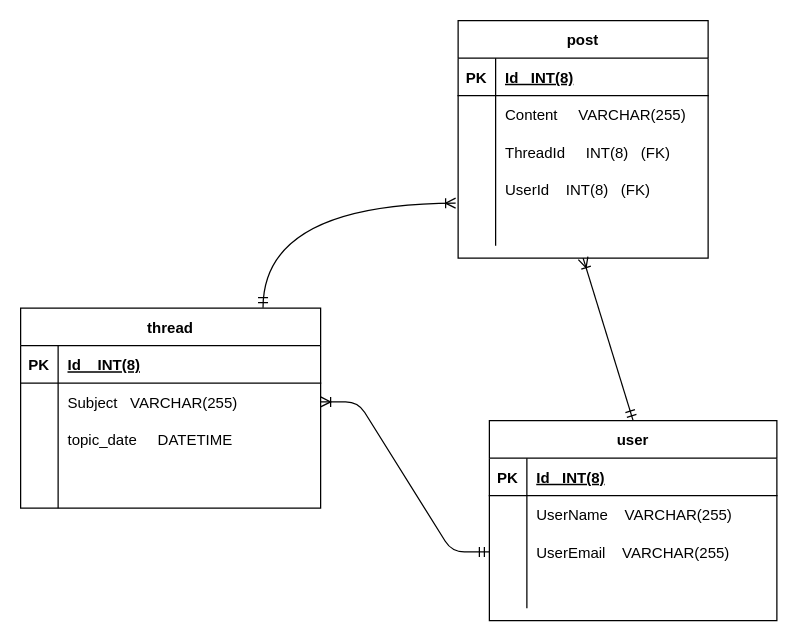
The draw.io diagram RelationalSchema_OnlineForum.drawio in 90rimane/Forum_Simulator, before the edit. Source tidied: cells renumbered, new cells numbered last; positions are measured from the earlier drawing's top-left corner, leaving out a move shared by most shapes. Both pictures are drawn from the tidied source at 125%, with x=0, y=0 at pixel (20, 20).
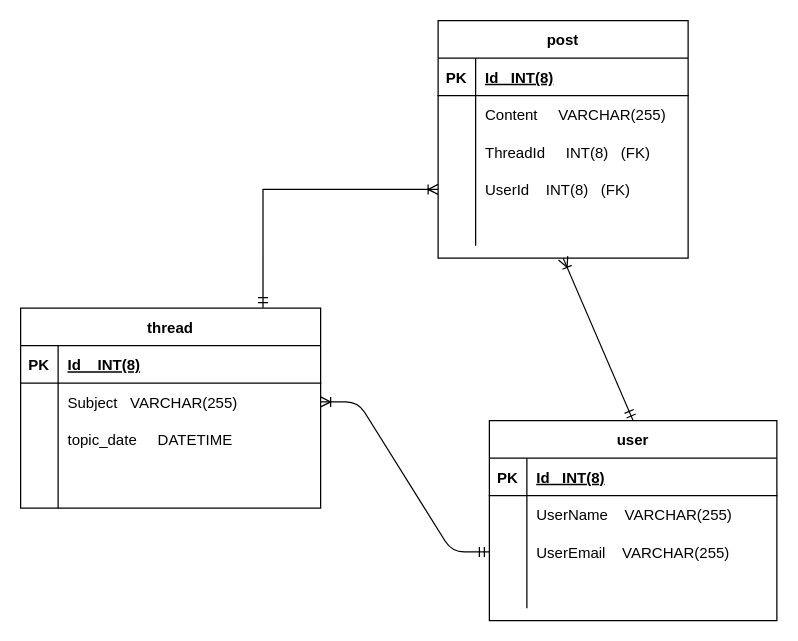
After the change.

The change refers to these unchanged cells:
```xml
<mxCell id="25" style="shape=partialRectangle;fillColor=none;top=0;left=0;bottom=0;right=0;points=[[0,0.5],[1,0.5]];portConstraint=eastwest;" parent="15" vertex="1">
  <mxGeometry y="120" width="200" height="30" as="geometry" />
</mxCell>
<mxCell id="31" value="thread" style="shape=table;startSize=30;childLayout=tableLayout;rowLines=0;fontStyle=1;align=center;" parent="1" vertex="1">
  <mxGeometry y="230" width="240" height="160" as="geometry" />
</mxCell>
```

Diff of the diagram source:
```diff
@@
     <mxCell id="15" value="post" style="shape=table;startSize=30;childLayout=tableLayout;rowLines=0;fontStyle=1;align=center;" parent="1" vertex="1">
-      <mxGeometry x="350" width="200" height="190" as="geometry" />
+      <mxGeometry x="334" width="200" height="190" as="geometry" />
     </mxCell>
@@
-    <mxCell id="46" style="edgeStyle=orthogonalEdgeStyle;rounded=0;jettySize=auto;html=1;entryX=0.808;entryY=-0.002;entryDx=0;entryDy=0;entryPerimeter=0;startArrow=ERoneToMany;startFill=0;endArrow=ERmandOne;endFill=0;curved=1;" parent="1" edge="1" target="31">
-      <mxGeometry relative="1" as="geometry">
-        <mxPoint x="348" y="146" as="sourcePoint" />
-      </mxGeometry>
+    <mxCell id="46" style="edgeStyle=orthogonalEdgeStyle;rounded=0;jettySize=auto;html=1;entryX=0.808;entryY=-0.002;entryDx=0;entryDy=0;entryPerimeter=0;startArrow=ERoneToMany;startFill=0;endArrow=ERmandOne;endFill=0;exitX=0;exitY=0.5;exitDx=0;exitDy=0;" parent="1" edge="1" source="25" target="31">
+      <mxGeometry relative="1" as="geometry" />
     </mxCell>
```
